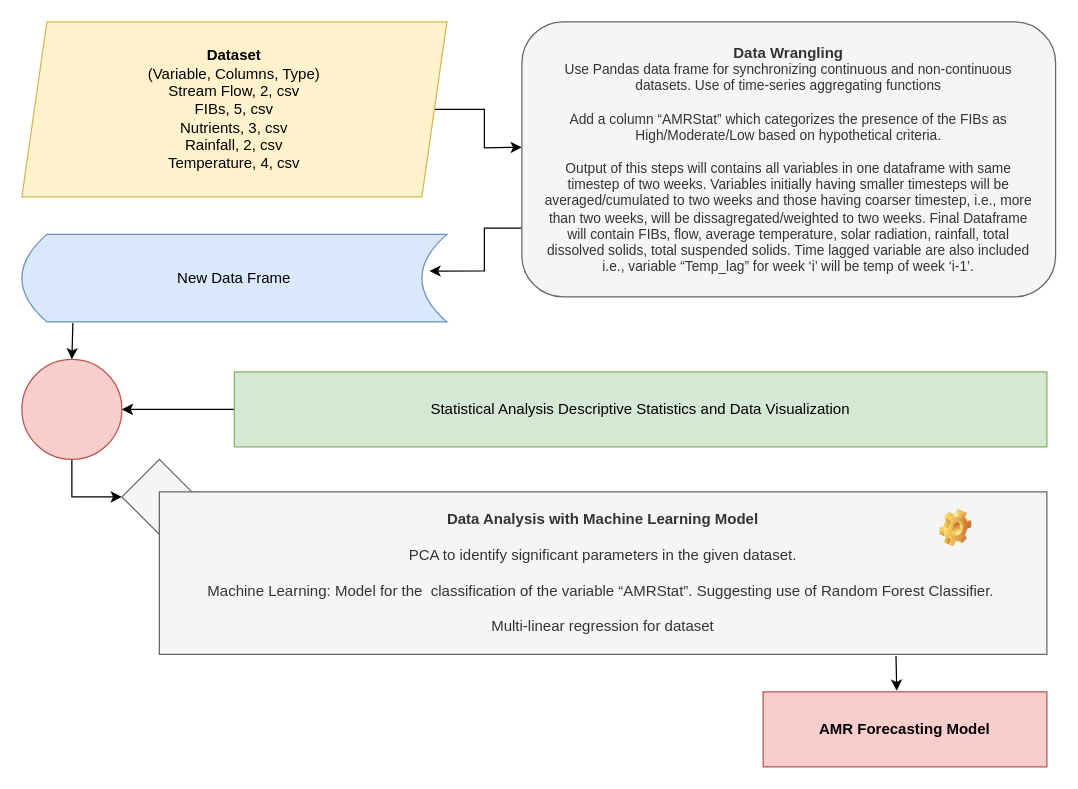
The draw.io diagram Untitled Diagram.drawio in shbpk/ABE516_TP, before the edit. Source tidied: cells renumbered, new cells numbered last; positions are measured from the earlier drawing's top-left corner, leaving out a move shared by most shapes. Both pictures are drawn from the tidied source at 125%, with x=0, y=0 at pixel (21, 21).
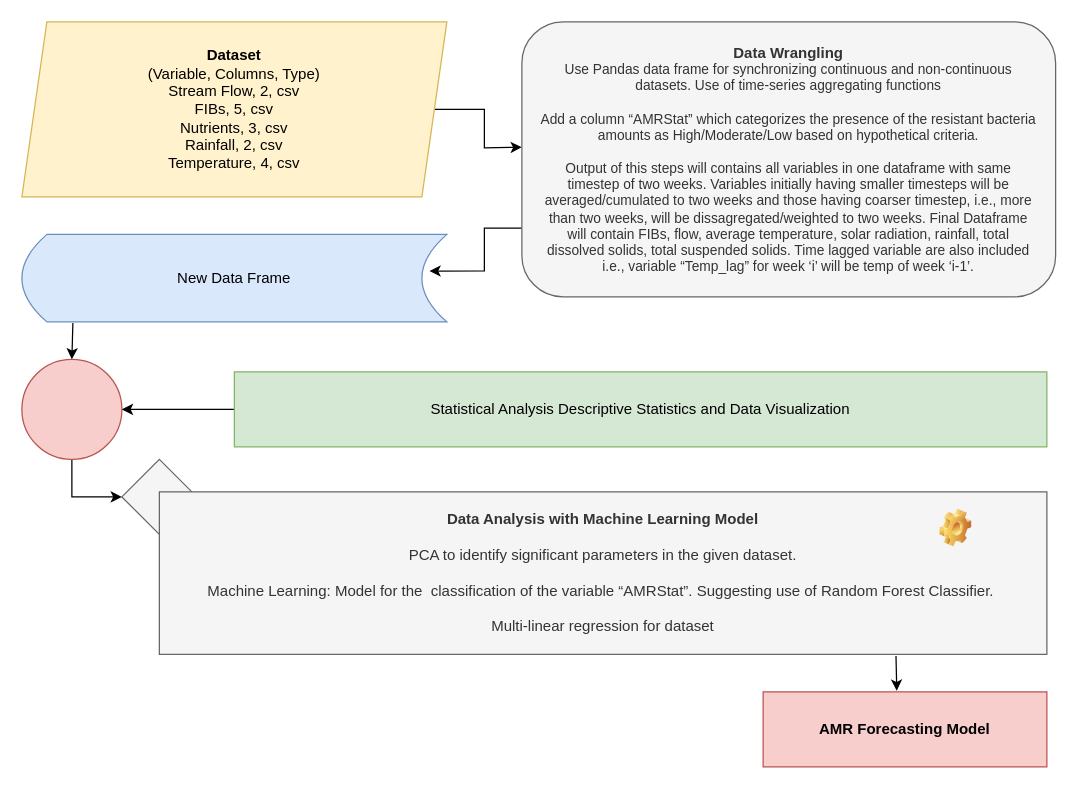
The same diagram, later.

What changed in the source:
```diff
@@
 <mxGraphModel>
   <root>
     <mxCell id="0" />
     <mxCell id="1" parent="0" />
     <mxCell id="2" style="edgeStyle=orthogonalEdgeStyle;rounded=0;jettySize=auto;html=1;exitX=1;exitY=0.5;exitDx=0;exitDy=0;" parent="1" edge="1" source="3">
       <mxGeometry relative="1" as="geometry">
         <mxPoint x="400" y="100.3" as="targetPoint" />
       </mxGeometry>
     </mxCell>
     <mxCell id="3" value="&lt;div&gt;&lt;b&gt;Dataset&lt;/b&gt;&lt;/div&gt;&lt;div&gt;(Variable, Columns, Type)&lt;/div&gt;&lt;div&gt;Stream Flow, 2, csv&lt;/div&gt;&lt;div&gt;FIBs, 5, csv&lt;/div&gt;&lt;div&gt;Nutrients, 3, csv&lt;/div&gt;&lt;div&gt;Rainfall, 2, csv&lt;/div&gt;&lt;div&gt;Temperature, 4, csv&lt;/div&gt;" style="shape=parallelogram;perimeter=parallelogramPerimeter;whiteSpace=wrap;html=1;fixedSize=1;fillColor=#fff2cc;strokeColor=#d6b656;" parent="1" vertex="1">
       <mxGeometry width="340" height="140" as="geometry" />
     </mxCell>
     <mxCell id="4" style="edgeStyle=orthogonalEdgeStyle;rounded=0;jettySize=auto;html=1;exitX=0;exitY=0.75;exitDx=0;exitDy=0;entryX=0.959;entryY=0.419;entryDx=0;entryDy=0;entryPerimeter=0;" parent="1" edge="1" source="5" target="6">
       <mxGeometry relative="1" as="geometry" />
     </mxCell>
-    <mxCell id="5" value="&lt;div&gt;&lt;b&gt;Data Wrangling&lt;/b&gt;&lt;/div&gt;&lt;div style=&quot;font-size: 11px;&quot;&gt;&lt;font style=&quot;font-size: 11px;&quot;&gt;Use Pandas data frame for synchronizing continuous and non-continuous datasets. Use of time-series aggregating functions&lt;/font&gt;&lt;/div&gt;&lt;div style=&quot;font-size: 11px;&quot;&gt;&lt;font style=&quot;font-size: 11px;&quot;&gt;&lt;br&gt;&lt;/font&gt;&lt;/div&gt;&lt;div style=&quot;font-size: 11px;&quot;&gt;&lt;font style=&quot;font-size: 11px;&quot;&gt;Add a column “AMRStat” which categorizes the presence of the FIBs as High/Moderate/Low based on hypothetical criteria.&lt;/font&gt;&lt;/div&gt;&lt;div style=&quot;font-size: 11px;&quot;&gt;&lt;font style=&quot;font-size: 11px;&quot;&gt;&lt;br&gt;&lt;/font&gt;&lt;/div&gt;&lt;div style=&quot;font-size: 11px;&quot;&gt;&lt;font style=&quot;font-size: 11px;&quot;&gt;Output of this steps will contains all variables in one dataframe with same timestep of two weeks. Variables initially having smaller timesteps will be averaged/cumulated to two weeks and those having coarser timestep, i.e., more than two weeks, will be dissagregated/weighted to two weeks. Final Dataframe will contain FIBs, flow, average temperature, solar radiation, rainfall, total dissolved solids, total suspended solids. Time lagged variable are also included i.e., variable “Temp_lag” for week ‘i’ will be temp of week ‘i-1’.&lt;/font&gt;&lt;/div&gt;" style="rounded=1;whiteSpace=wrap;html=1;fillColor=#f5f5f5;strokeColor=#666666;fontColor=#333333;spacingLeft=13;spacingRight=13;" parent="1" vertex="1">
+    <mxCell id="5" value="&lt;div&gt;&lt;b&gt;Data Wrangling&lt;/b&gt;&lt;/div&gt;&lt;div style=&quot;font-size: 11px;&quot;&gt;&lt;font style=&quot;font-size: 11px;&quot;&gt;Use Pandas data frame for synchronizing continuous and non-continuous datasets. Use of time-series aggregating functions&lt;/font&gt;&lt;/div&gt;&lt;div style=&quot;font-size: 11px;&quot;&gt;&lt;font style=&quot;font-size: 11px;&quot;&gt;&lt;br&gt;&lt;/font&gt;&lt;/div&gt;&lt;div style=&quot;font-size: 11px;&quot;&gt;&lt;font style=&quot;font-size: 11px;&quot;&gt;Add a column “AMRStat” which categorizes the presence of the resistant bacteria amounts as High/Moderate/Low based on hypothetical criteria.&lt;/font&gt;&lt;/div&gt;&lt;div style=&quot;font-size: 11px;&quot;&gt;&lt;font style=&quot;font-size: 11px;&quot;&gt;&lt;br&gt;&lt;/font&gt;&lt;/div&gt;&lt;div style=&quot;font-size: 11px;&quot;&gt;&lt;font style=&quot;font-size: 11px;&quot;&gt;Output of this steps will contains all variables in one dataframe with same timestep of two weeks. Variables initially having smaller timesteps will be averaged/cumulated to two weeks and those having coarser timestep, i.e., more than two weeks, will be dissagregated/weighted to two weeks. Final Dataframe will contain FIBs, flow, average temperature, solar radiation, rainfall, total dissolved solids, total suspended solids. Time lagged variable are also included i.e., variable “Temp_lag” for week ‘i’ will be temp of week ‘i-1’.&lt;/font&gt;&lt;/div&gt;" style="rounded=1;whiteSpace=wrap;html=1;fillColor=#f5f5f5;strokeColor=#666666;fontColor=#333333;spacingLeft=13;spacingRight=13;" parent="1" vertex="1">
       <mxGeometry x="400" width="427" height="220" as="geometry" />
     </mxCell>
     <mxCell id="6" value="New Data Frame" style="shape=dataStorage;whiteSpace=wrap;html=1;fixedSize=1;fillColor=#dae8fc;strokeColor=#6c8ebf;" parent="1" vertex="1">
       <mxGeometry y="170" width="340" height="70" as="geometry" />
     </mxCell>
     <mxCell id="7" style="edgeStyle=orthogonalEdgeStyle;rounded=0;jettySize=auto;html=1;exitX=0.5;exitY=1;exitDx=0;exitDy=0;entryX=0;entryY=0.5;entryDx=0;entryDy=0;" parent="1" edge="1" source="8" target="11">
       <mxGeometry relative="1" as="geometry">
         <Array as="points">
           <mxPoint x="40" y="380" />
         </Array>
       </mxGeometry>
     </mxCell>
     <mxCell id="8" style="ellipse;whiteSpace=wrap;html=1;fillColor=#f8cecc;strokeColor=#b85450;" parent="1" vertex="1">
       <mxGeometry y="270" width="80" height="80" as="geometry" />
     </mxCell>
     <mxCell id="9" style="edgeStyle=orthogonalEdgeStyle;rounded=0;jettySize=auto;html=1;" parent="1" edge="1" source="10" target="8">
       <mxGeometry relative="1" as="geometry" />
     </mxCell>
     <mxCell id="10" value="&lt;div&gt;Statistical Analysis Descriptive Statistics and Data Visualization&lt;/div&gt;" style="rounded=0;whiteSpace=wrap;html=1;fillColor=#d5e8d4;strokeColor=#82b366;" parent="1" vertex="1">
       <mxGeometry x="170" y="280" width="650" height="60" as="geometry" />
     </mxCell>
     <mxCell id="11" style="rhombus;whiteSpace=wrap;html=1;fillColor=#f5f5f5;fontColor=#333333;strokeColor=#666666;" parent="1" vertex="1">
       <mxGeometry x="80" y="350" width="60" height="60" as="geometry" />
     </mxCell>
     <mxCell id="12" value="&lt;div style=&quot;border-color: var(--border-color);&quot;&gt;&lt;b style=&quot;border-color: var(--border-color);&quot;&gt;Data Analysis with Machine Learning Model&lt;/b&gt;&lt;/div&gt;&lt;div style=&quot;border-color: var(--border-color);&quot;&gt;&lt;br style=&quot;border-color: var(--border-color);&quot;&gt;&lt;/div&gt;&lt;div style=&quot;border-color: var(--border-color);&quot;&gt;PCA to identify significant parameters in the given dataset.&lt;/div&gt;&lt;div style=&quot;border-color: var(--border-color);&quot;&gt;&lt;br style=&quot;border-color: var(--border-color);&quot;&gt;&lt;/div&gt;&lt;div style=&quot;border-color: var(--border-color);&quot;&gt;Machine Learning: Model for the&amp;nbsp; classification of the variable “AMRStat”. Suggesting use of Random Forest Classifier.&amp;nbsp;&lt;/div&gt;&lt;div style=&quot;border-color: var(--border-color);&quot;&gt;&lt;br style=&quot;border-color: var(--border-color);&quot;&gt;&lt;/div&gt;&lt;div style=&quot;border-color: var(--border-color);&quot;&gt;Multi-linear regression for dataset&lt;/div&gt;" style="rounded=0;whiteSpace=wrap;html=1;fillColor=#f5f5f5;fontColor=#333333;strokeColor=#666666;" parent="1" vertex="1">
       <mxGeometry x="110" y="376" width="710" height="130" as="geometry" />
     </mxCell>
     <mxCell id="13" value="&lt;p style=&quot;margin-top: 0pt; margin-bottom: 0pt; margin-left: 0in; direction: ltr; unicode-bidi: embed; word-break: normal;&quot;&gt;&lt;b&gt;AMR Forecasting Model&lt;/b&gt;&lt;/p&gt;" style="rounded=0;whiteSpace=wrap;html=1;fillColor=#f8cecc;strokeColor=#b85450;" parent="1" vertex="1">
       <mxGeometry x="593" y="536" width="227" height="60" as="geometry" />
     </mxCell>
     <mxCell id="14" style="endArrow=classic;html=1;rounded=0;entryX=0.471;entryY=-0.015;entryDx=0;entryDy=0;exitX=0.83;exitY=1.01;exitDx=0;exitDy=0;exitPerimeter=0;entryPerimeter=0;" parent="1" edge="1" source="12" target="13">
       <mxGeometry relative="1" as="geometry" />
     </mxCell>
     <mxCell id="15" style="endArrow=classic;html=1;rounded=0;entryX=0.5;entryY=0;entryDx=0;entryDy=0;exitX=0.12;exitY=1.013;exitDx=0;exitDy=0;exitPerimeter=0;" parent="1" edge="1" source="6" target="8">
       <mxGeometry relative="1" as="geometry" />
     </mxCell>
     <mxCell id="16" style="shape=image;html=1;verticalLabelPosition=bottom;verticalAlign=top;imageAspect=1;image=img/clipart/Gear_128x128.png;" parent="1" vertex="1">
       <mxGeometry x="734.4" y="390" width="25.6" height="30" as="geometry" />
     </mxCell>
   </root>
 </mxGraphModel>
```
